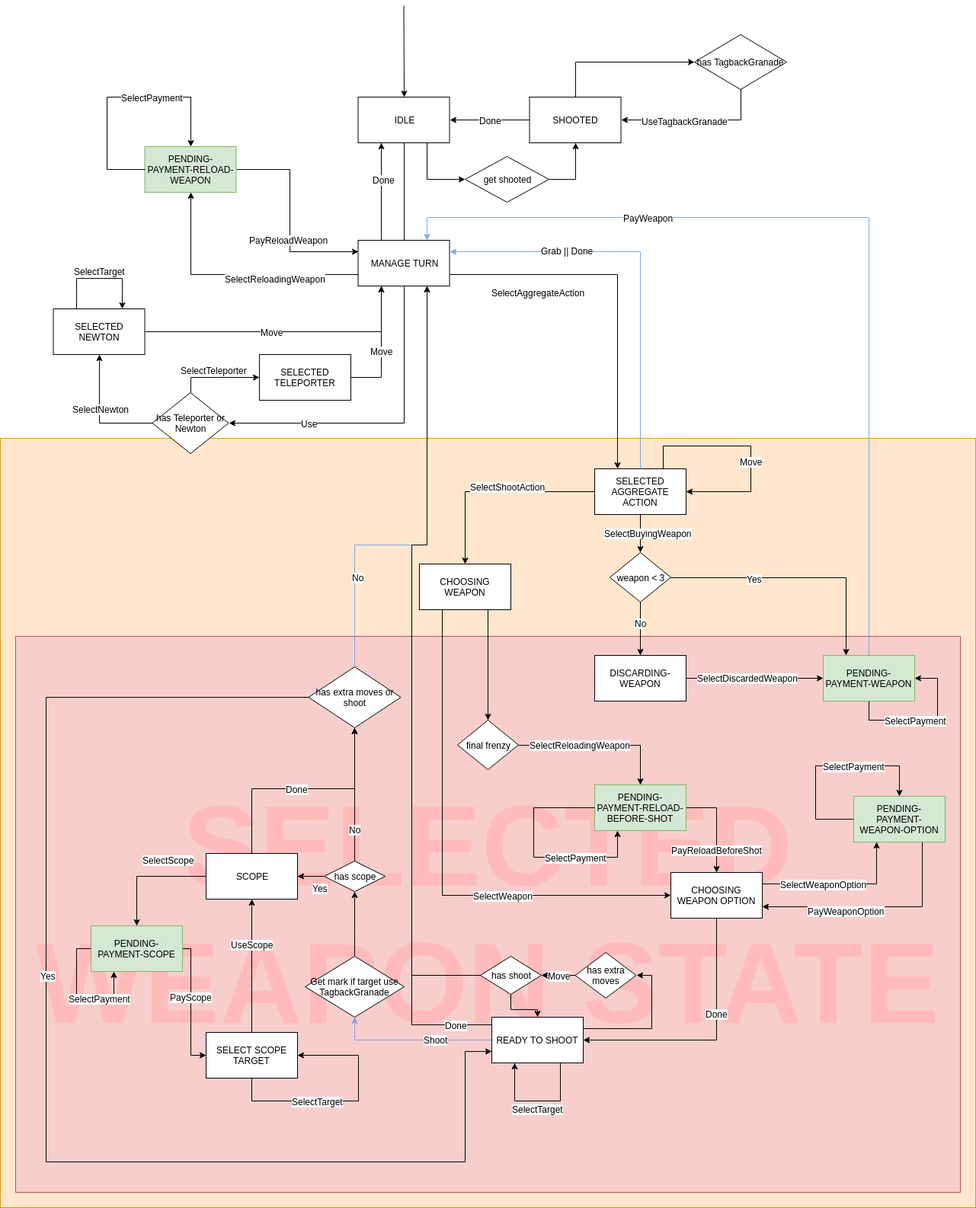
The draw.io diagram deliverables/StateDiagram.png in f3d0ss/ing-sw-2019-bordoni-cazzola-dotti, before a commit. Source tidied: cells renumbered, new cells last; positions are measured from the earlier drawing's top-left corner, leaving out a move shared by most shapes.
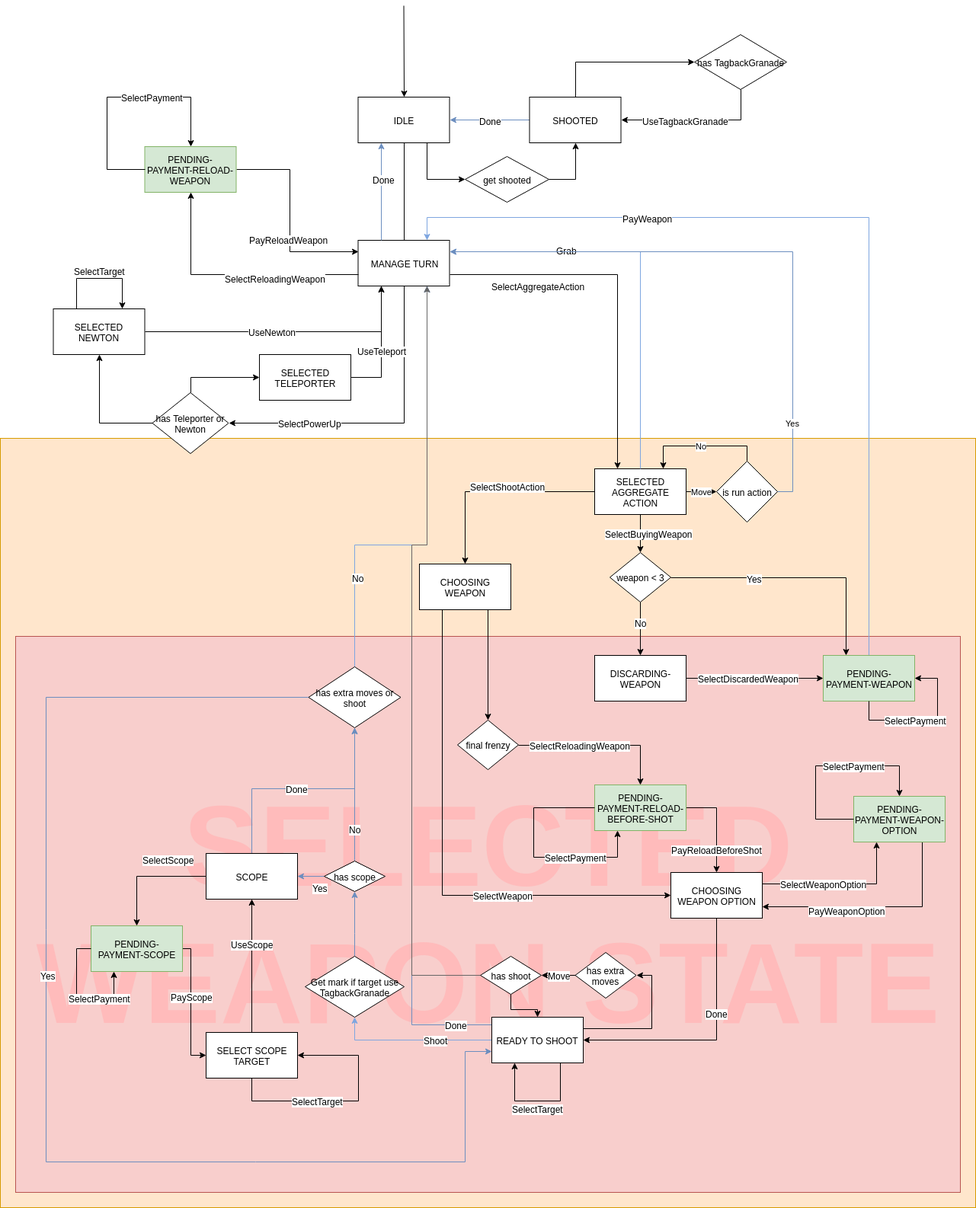
The same file after the commit.

Diff of the diagram source:
```diff
@@ -22,7 +22,7 @@
     <mxCell id="6" style="edgeStyle=orthogonalEdgeStyle;rounded=0;jettySize=auto;html=1;exitX=0.5;exitY=0;exitDx=0;exitDy=0;entryX=0;entryY=0.5;entryDx=0;entryDy=0;fontFamily=Helvetica;fontSize=12;" parent="1" edge="1" source="9" target="18">
       <mxGeometry relative="1" as="geometry" />
     </mxCell>
-    <mxCell id="7" style="edgeStyle=orthogonalEdgeStyle;rounded=0;jettySize=auto;html=1;exitX=0;exitY=0.5;exitDx=0;exitDy=0;entryX=1;entryY=0.5;entryDx=0;entryDy=0;" parent="1" edge="1" source="9" target="5">
+    <mxCell id="7" style="edgeStyle=orthogonalEdgeStyle;rounded=0;jettySize=auto;html=1;exitX=0;exitY=0.5;exitDx=0;exitDy=0;entryX=1;entryY=0.5;entryDx=0;entryDy=0;fillColor=#dae8fc;strokeColor=#6c8ebf;" parent="1" edge="1" source="9" target="5">
       <mxGeometry relative="1" as="geometry">
         <Array as="points">
           <mxPoint x="649.5" y="149.5" />
@@ -47,7 +47,7 @@
     </mxCell>
     <mxCell id="11" value="SelectAggregateAction" style="text;html=1;align=center;verticalAlign=middle;labelBackgroundColor=#ffffff;fontSize=12;fontFamily=Helvetica;" parent="10" vertex="1">
       <mxGeometry x="0.2" relative="1" as="geometry">
-        <mxPoint x="-105" y="-42" as="offset" />
+        <mxPoint x="-105" y="-50" as="offset" />
       </mxGeometry>
     </mxCell>
     <mxCell id="12" style="edgeStyle=orthogonalEdgeStyle;rounded=0;jettySize=auto;html=1;exitX=0;exitY=0.5;exitDx=0;exitDy=0;entryX=0.5;entryY=0;entryDx=0;entryDy=0;fontFamily=Helvetica;fontSize=12;" parent="1" edge="1" source="22" target="30">
@@ -96,23 +96,12 @@
         <mxPoint x="-26" y="0.5" as="offset" />
       </mxGeometry>
     </mxCell>
+    <mxCell id="24" value="Move" style="edgeStyle=orthogonalEdgeStyle;rounded=0;jettySize=auto;html=1;exitX=1;exitY=0.5;exitDx=0;exitDy=0;" parent="1" edge="1" source="22" target="131">
+      <mxGeometry relative="1" as="geometry" />
+    </mxCell>
     <mxCell id="22" value="SELECTED AGGREGATE ACTION" style="rounded=0;whiteSpace=wrap;html=1;fontFamily=Helvetica;fontSize=12;" parent="1" vertex="1">
       <mxGeometry x="780" y="608" width="120" height="60" as="geometry" />
     </mxCell>
-    <mxCell id="23" style="edgeStyle=orthogonalEdgeStyle;rounded=0;orthogonalLoop=1;jettySize=auto;html=1;exitX=0.75;exitY=0;exitDx=0;exitDy=0;fontFamily=Helvetica;fontSize=12;entryX=1;entryY=0.5;entryDx=0;entryDy=0;" parent="1" edge="1" source="22" target="22">
-      <mxGeometry relative="1" as="geometry">
-        <Array as="points">
-          <mxPoint x="870" y="578" />
-          <mxPoint x="985" y="578" />
-          <mxPoint x="985" y="638" />
-        </Array>
-      </mxGeometry>
-    </mxCell>
-    <mxCell id="24" value="Move" style="text;html=1;align=center;verticalAlign=middle;labelBackgroundColor=#FFFFFF;fontSize=12;fontFamily=Helvetica;" parent="23" vertex="1">
-      <mxGeometry x="0.03" y="1" relative="1" as="geometry">
-        <mxPoint x="-1.5" y="15" as="offset" />
-      </mxGeometry>
-    </mxCell>
     <mxCell id="25" style="edgeStyle=orthogonalEdgeStyle;rounded=0;jettySize=auto;html=1;exitX=0.5;exitY=0;exitDx=0;exitDy=0;fontFamily=Helvetica;fontSize=12;entryX=1;entryY=0.25;entryDx=0;entryDy=0;strokeColor=#7EA6E0;" parent="1" edge="1" source="22" target="15">
       <mxGeometry relative="1" as="geometry">
         <Array as="points">
@@ -120,7 +109,7 @@
         </Array>
       </mxGeometry>
     </mxCell>
-    <mxCell id="26" value="Grab || Done" style="text;html=1;align=center;verticalAlign=middle;labelBackgroundColor=#ffffff;fontSize=12;fontFamily=Helvetica;" parent="25" vertex="1">
+    <mxCell id="26" value="Grab&lt;br&gt;" style="text;html=1;align=center;verticalAlign=middle;labelBackgroundColor=#ffffff;fontSize=12;fontFamily=Helvetica;" parent="25" vertex="1">
       <mxGeometry x="0.3" y="-1" relative="1" as="geometry">
         <mxPoint x="-34" y="-1" as="offset" />
       </mxGeometry>
@@ -156,17 +145,9 @@
     <mxCell id="35" style="edgeStyle=orthogonalEdgeStyle;rounded=0;jettySize=auto;html=1;exitX=0.5;exitY=0;exitDx=0;exitDy=0;entryX=0;entryY=0.5;entryDx=0;entryDy=0;" parent="1" edge="1" source="39" target="82">
       <mxGeometry relative="1" as="geometry" />
     </mxCell>
-    <mxCell id="36" value="SelectTeleporter" style="text;html=1;align=center;verticalAlign=middle;labelBackgroundColor=#ffffff;" parent="35" vertex="1">
-      <mxGeometry x="-0.22" y="1" relative="1" as="geometry">
-        <mxPoint x="7" y="-9" as="offset" />
-      </mxGeometry>
-    </mxCell>
     <mxCell id="37" style="edgeStyle=orthogonalEdgeStyle;rounded=0;jettySize=auto;html=1;exitX=0;exitY=0.5;exitDx=0;exitDy=0;entryX=0.5;entryY=1;entryDx=0;entryDy=0;" parent="1" edge="1" source="39" target="123">
       <mxGeometry relative="1" as="geometry" />
     </mxCell>
-    <mxCell id="38" value="SelectNewton" style="text;html=1;align=center;verticalAlign=middle;labelBackgroundColor=#ffffff;" parent="37" vertex="1">
-      <mxGeometry x="0.11" y="-1" relative="1" as="geometry" />
-    </mxCell>
     <mxCell id="39" value="has Teleporter or Newton" style="rhombus;whiteSpace=wrap;html=1;fontFamily=Helvetica;fontSize=12;" parent="1" vertex="1">
       <mxGeometry x="199.5" y="508" width="100" height="80" as="geometry" />
     </mxCell>
@@ -181,7 +162,7 @@
     <mxCell id="42" style="edgeStyle=orthogonalEdgeStyle;rounded=0;jettySize=auto;html=1;exitX=1;exitY=0.25;exitDx=0;exitDy=0;entryX=1;entryY=0.5;entryDx=0;entryDy=0;" parent="1" edge="1" source="45" target="64">
       <mxGeometry relative="1" as="geometry" />
     </mxCell>
-    <mxCell id="43" style="edgeStyle=orthogonalEdgeStyle;rounded=0;jettySize=auto;html=1;exitX=0;exitY=0.25;exitDx=0;exitDy=0;entryX=0.75;entryY=1;entryDx=0;entryDy=0;" parent="1" edge="1" source="45" target="15">
+    <mxCell id="43" style="edgeStyle=orthogonalEdgeStyle;rounded=0;jettySize=auto;html=1;exitX=0;exitY=0.25;exitDx=0;exitDy=0;entryX=0.75;entryY=1;entryDx=0;entryDy=0;fillColor=#dae8fc;strokeColor=#6c8ebf;" parent="1" edge="1" source="45" target="15">
       <mxGeometry relative="1" as="geometry">
         <Array as="points">
           <mxPoint x="645" y="1338" />
@@ -197,7 +178,7 @@
     <mxCell id="45" value="READY TO SHOOT" style="rounded=0;whiteSpace=wrap;html=1;fontFamily=Helvetica;fontSize=12;" parent="1" vertex="1">
       <mxGeometry x="645" y="1328" width="120" height="60" as="geometry" />
     </mxCell>
-    <mxCell id="46" style="edgeStyle=orthogonalEdgeStyle;rounded=0;jettySize=auto;html=1;entryX=0.25;entryY=1;entryDx=0;entryDy=0;fontFamily=Helvetica;fontSize=12;exitX=0.25;exitY=0;exitDx=0;exitDy=0;" parent="1" edge="1" source="15" target="5">
+    <mxCell id="46" style="edgeStyle=orthogonalEdgeStyle;rounded=0;jettySize=auto;html=1;entryX=0.25;entryY=1;entryDx=0;entryDy=0;fontFamily=Helvetica;fontSize=12;exitX=0.25;exitY=0;exitDx=0;exitDy=0;fillColor=#dae8fc;strokeColor=#6c8ebf;" parent="1" edge="1" source="15" target="5">
       <mxGeometry relative="1" as="geometry" />
     </mxCell>
     <mxCell id="47" value="Done" style="text;html=1;align=center;verticalAlign=middle;labelBackgroundColor=#ffffff;" parent="46" vertex="1">
@@ -229,7 +210,7 @@
         <mxPoint x="42" y="-46" as="offset" />
       </mxGeometry>
     </mxCell>
-    <mxCell id="52" style="edgeStyle=orthogonalEdgeStyle;rounded=0;jettySize=auto;html=1;exitX=0;exitY=0.5;exitDx=0;exitDy=0;entryX=1;entryY=0.5;entryDx=0;entryDy=0;" parent="1" edge="1" source="56" target="69">
+    <mxCell id="52" style="edgeStyle=orthogonalEdgeStyle;rounded=0;jettySize=auto;html=1;exitX=0;exitY=0.5;exitDx=0;exitDy=0;entryX=1;entryY=0.5;entryDx=0;entryDy=0;fillColor=#dae8fc;strokeColor=#6c8ebf;" parent="1" edge="1" source="56" target="69">
       <mxGeometry relative="1" as="geometry">
         <Array as="points">
           <mxPoint x="425" y="1143" />
@@ -241,7 +222,7 @@
         <mxPoint x="9.5" y="31" as="offset" />
       </mxGeometry>
     </mxCell>
-    <mxCell id="54" style="edgeStyle=orthogonalEdgeStyle;rounded=0;jettySize=auto;html=1;exitX=0.5;exitY=0;exitDx=0;exitDy=0;entryX=0.5;entryY=1;entryDx=0;entryDy=0;" parent="1" edge="1" source="56" target="74">
+    <mxCell id="54" style="edgeStyle=orthogonalEdgeStyle;rounded=0;jettySize=auto;html=1;exitX=0.5;exitY=0;exitDx=0;exitDy=0;entryX=0.5;entryY=1;entryDx=0;entryDy=0;fillColor=#dae8fc;strokeColor=#6c8ebf;" parent="1" edge="1" source="56" target="74">
       <mxGeometry relative="1" as="geometry" />
     </mxCell>
     <mxCell id="55" value="No" style="text;html=1;align=center;verticalAlign=middle;labelBackgroundColor=#ffffff;" parent="54" vertex="1">
@@ -269,7 +250,7 @@
         <mxPoint x="529.5" as="sourcePoint" />
       </mxGeometry>
     </mxCell>
-    <mxCell id="60" style="edgeStyle=orthogonalEdgeStyle;rounded=0;jettySize=auto;html=1;exitX=0.5;exitY=0;exitDx=0;exitDy=0;entryX=0.5;entryY=1;entryDx=0;entryDy=0;" parent="1" edge="1" source="61" target="56">
+    <mxCell id="60" style="edgeStyle=orthogonalEdgeStyle;rounded=0;jettySize=auto;html=1;exitX=0.5;exitY=0;exitDx=0;exitDy=0;entryX=0.5;entryY=1;entryDx=0;entryDy=0;fillColor=#dae8fc;strokeColor=#6c8ebf;" parent="1" edge="1" source="61" target="56">
       <mxGeometry relative="1" as="geometry">
         <Array as="points">
           <mxPoint x="465" y="1218" />
@@ -291,7 +272,7 @@
     <mxCell id="64" value="has extra moves" style="rhombus;whiteSpace=wrap;html=1;fillColor=#FFFFFF;strokeColor=#000000;" parent="1" vertex="1">
       <mxGeometry x="754.5" y="1243" width="80" height="60" as="geometry" />
     </mxCell>
-    <mxCell id="65" style="edgeStyle=orthogonalEdgeStyle;rounded=0;jettySize=auto;html=1;exitX=0.5;exitY=0;exitDx=0;exitDy=0;entryX=0.5;entryY=1;entryDx=0;entryDy=0;" parent="1" edge="1" source="69" target="74">
+    <mxCell id="65" style="edgeStyle=orthogonalEdgeStyle;rounded=0;jettySize=auto;html=1;exitX=0.5;exitY=0;exitDx=0;exitDy=0;entryX=0.5;entryY=1;entryDx=0;entryDy=0;fillColor=#dae8fc;strokeColor=#6c8ebf;" parent="1" edge="1" source="69" target="74">
       <mxGeometry relative="1" as="geometry">
         <Array as="points">
           <mxPoint x="330" y="1028" />
@@ -333,7 +314,7 @@
         <mxPoint x="-21" y="42.5" as="offset" />
       </mxGeometry>
     </mxCell>
-    <mxCell id="72" style="edgeStyle=orthogonalEdgeStyle;rounded=0;jettySize=auto;html=1;exitX=0;exitY=0.5;exitDx=0;exitDy=0;entryX=0;entryY=0.75;entryDx=0;entryDy=0;" parent="1" edge="1" source="74" target="45">
+    <mxCell id="72" style="edgeStyle=orthogonalEdgeStyle;rounded=0;jettySize=auto;html=1;exitX=0;exitY=0.5;exitDx=0;exitDy=0;entryX=0;entryY=0.75;entryDx=0;entryDy=0;fillColor=#dae8fc;strokeColor=#6c8ebf;" parent="1" edge="1" source="74" target="45">
       <mxGeometry relative="1" as="geometry">
         <Array as="points">
           <mxPoint x="60" y="908" />
@@ -379,12 +360,12 @@
         </Array>
       </mxGeometry>
     </mxCell>
-    <mxCell id="80" value="Use" style="text;html=1;align=center;verticalAlign=middle;labelBackgroundColor=#ffffff;" parent="79" vertex="1">
+    <mxCell id="80" value="SelectPowerUp" style="text;html=1;align=center;verticalAlign=middle;labelBackgroundColor=#ffffff;" parent="79" vertex="1">
       <mxGeometry x="-0.2" relative="1" as="geometry">
         <mxPoint x="-95" y="84" as="offset" />
       </mxGeometry>
     </mxCell>
-    <mxCell id="81" value="Move" style="text;html=1;align=center;verticalAlign=middle;labelBackgroundColor=#ffffff;" parent="79" vertex="1">
+    <mxCell id="81" value="UseTeleport" style="text;html=1;align=center;verticalAlign=middle;labelBackgroundColor=#ffffff;" parent="79" vertex="1">
       <mxGeometry x="0.15" y="-1" relative="1" as="geometry">
         <mxPoint x="-1" y="17" as="offset" />
       </mxGeometry>
@@ -604,7 +585,7 @@
         </Array>
       </mxGeometry>
     </mxCell>
-    <mxCell id="122" value="Move" style="text;html=1;align=center;verticalAlign=middle;labelBackgroundColor=#ffffff;" parent="121" vertex="1">
+    <mxCell id="122" value="UseNewton" style="text;html=1;align=center;verticalAlign=middle;labelBackgroundColor=#ffffff;" parent="121" vertex="1">
       <mxGeometry x="-0.1" relative="1" as="geometry" />
     </mxCell>
     <mxCell id="123" value="SELECTED NEWTON" style="rounded=0;whiteSpace=wrap;html=1;" parent="1" vertex="1">
@@ -626,7 +607,7 @@
     <mxCell id="126" style="edgeStyle=orthogonalEdgeStyle;rounded=0;jettySize=auto;html=1;exitX=0.5;exitY=1;exitDx=0;exitDy=0;entryX=0.5;entryY=0;entryDx=0;entryDy=0;" parent="1" edge="1" source="128" target="45">
       <mxGeometry relative="1" as="geometry" />
     </mxCell>
-    <mxCell id="127" style="edgeStyle=orthogonalEdgeStyle;rounded=0;jettySize=auto;html=1;exitX=0;exitY=0.5;exitDx=0;exitDy=0;entryX=0.75;entryY=1;entryDx=0;entryDy=0;" parent="1" edge="1" source="128" target="15">
+    <mxCell id="127" style="edgeStyle=orthogonalEdgeStyle;rounded=0;jettySize=auto;html=1;exitX=0;exitY=0.5;exitDx=0;exitDy=0;entryX=0.75;entryY=1;entryDx=0;entryDy=0;fillColor=#f5f5f5;strokeColor=#666666;" parent="1" edge="1" source="128" target="15">
       <mxGeometry relative="1" as="geometry">
         <Array as="points">
           <mxPoint x="540" y="1273" />
@@ -638,5 +619,14 @@
     <mxCell id="128" value="has shoot" style="rhombus;whiteSpace=wrap;html=1;" parent="1" vertex="1">
       <mxGeometry x="630" y="1248" width="80" height="50" as="geometry" />
     </mxCell>
+    <mxCell id="129" value="No&lt;br&gt;" style="edgeStyle=orthogonalEdgeStyle;rounded=0;jettySize=auto;html=1;exitX=0.5;exitY=0;exitDx=0;exitDy=0;entryX=0.75;entryY=0;entryDx=0;entryDy=0;" parent="1" edge="1" source="131" target="22">
+      <mxGeometry relative="1" as="geometry" />
+    </mxCell>
+    <mxCell id="130" value="Yes&lt;br&gt;" style="edgeStyle=orthogonalEdgeStyle;rounded=0;jettySize=auto;html=1;exitX=1;exitY=0.5;exitDx=0;exitDy=0;entryX=1;entryY=0.25;entryDx=0;entryDy=0;fillColor=#dae8fc;strokeColor=#6c8ebf;" parent="1" edge="1" source="131" target="15">
+      <mxGeometry x="-0.72" relative="1" as="geometry" />
+    </mxCell>
+    <mxCell id="131" value="is run action" style="rhombus;whiteSpace=wrap;html=1;" parent="1" vertex="1">
+      <mxGeometry x="940" y="598" width="80" height="80" as="geometry" />
+    </mxCell>
   </root>
 </mxGraphModel>
```
